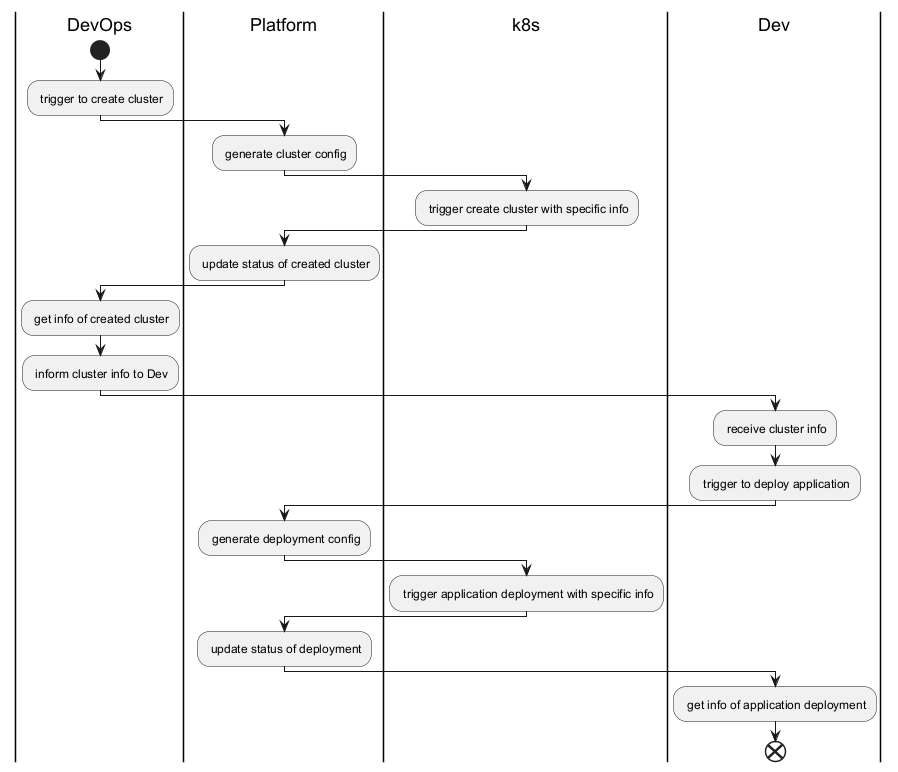
Earlier version of the PlantUML export docs/Activity.png (xiayy860612/k8s-manager-platform).
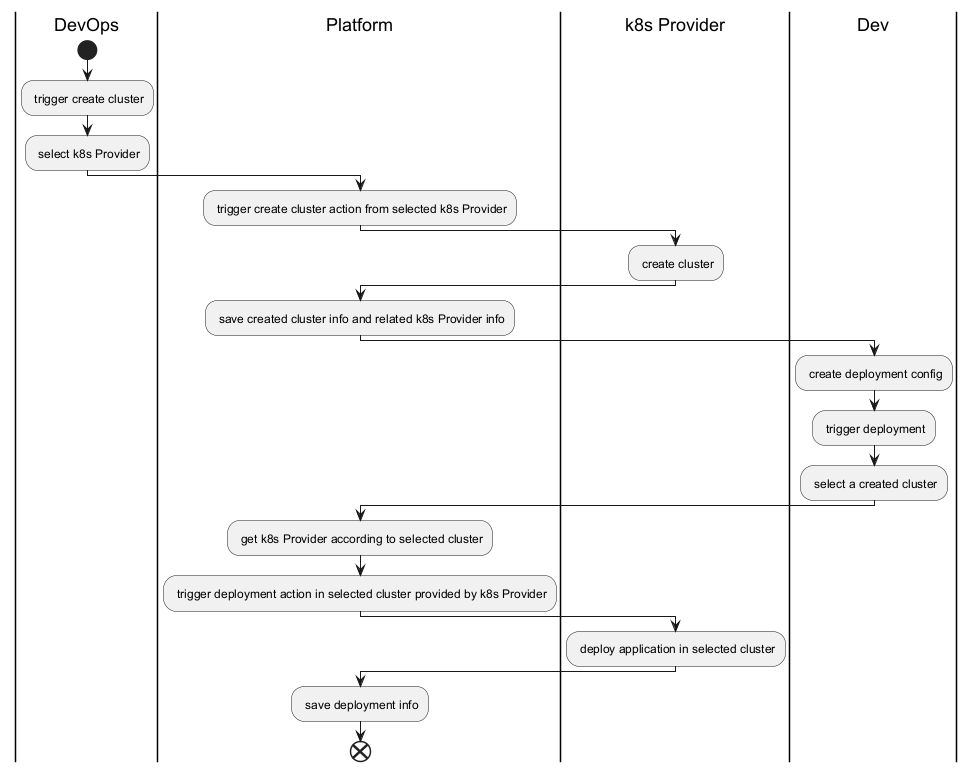
The same diagram one commit later.

Diff of the diagram source:
```diff
@@ -1,27 +1,24 @@
 @startuml "Activity"
 |DevOps|
 start
-: trigger to create cluster;
+: trigger create cluster;
+: select k8s Provider;
 |Platform|
-: generate cluster config;
-|k8s|
-: trigger create cluster with specific info;
+: trigger create cluster action from selected k8s Provider;
+|k8s Provider|
+: create cluster;
 |Platform|
-: update status of created cluster;
-|DevOps|
-: get info of created cluster;
-|DevOps|
-: inform cluster info to Dev;
+: save created cluster info and related k8s Provider info;
 |Dev|
-: receive cluster info;
-: trigger to deploy application;
+: create deployment config;
+: trigger deployment;
+: select a created cluster;
 |Platform|
-: generate deployment config;
-|k8s|
-: trigger application deployment with specific info;
+: get k8s Provider according to selected cluster;
+: trigger deployment action in selected cluster provided by k8s Provider;
+|k8s Provider|
+: deploy application in selected cluster;
 |Platform|
-: update status of deployment;
-|Dev|
-: get info of application deployment;
+: save deployment info;
 end
 @enduml
```
